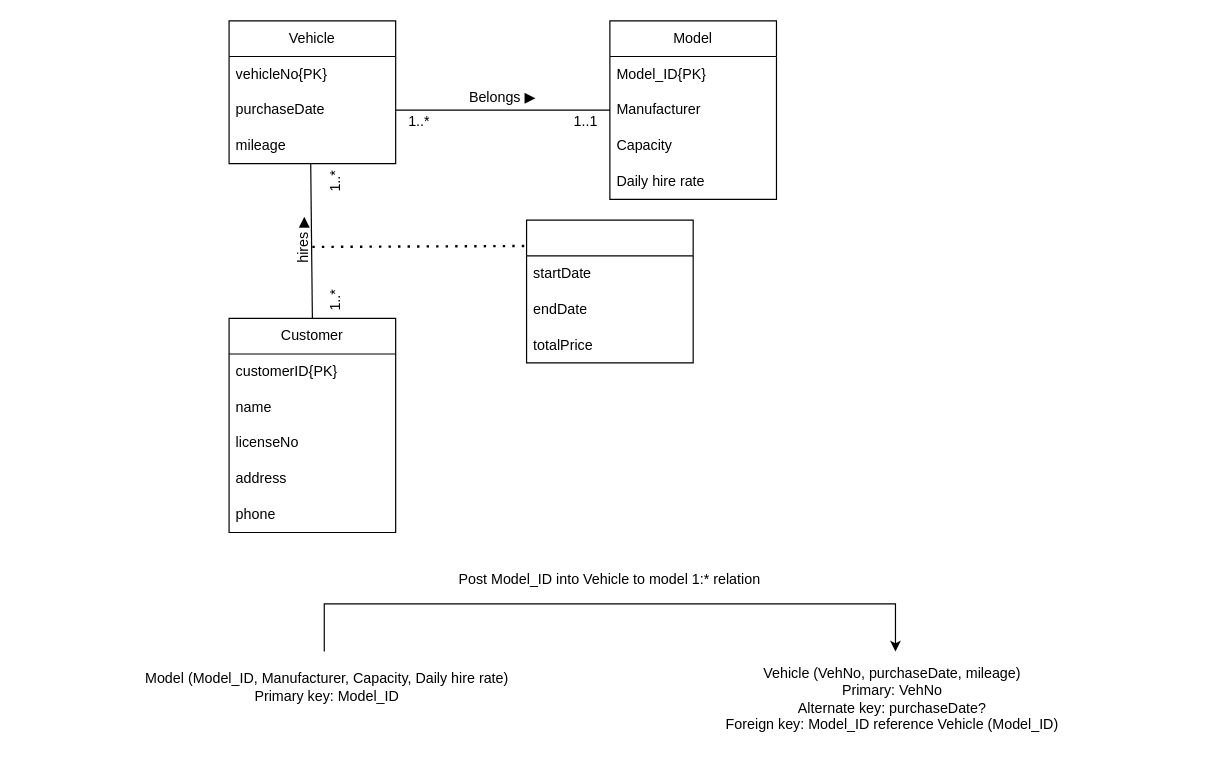
Above: DBMS_T02_3a.drawio in shadowngks/DBMS (draw.io), before the change. Source tidied: cells renumbered, new cells numbered last; positions are measured from the earlier drawing's top-left corner, leaving out a move shared by most shapes. Both pictures are drawn from the tidied source at 119%, with x=0, y=0 at pixel (20, 20).
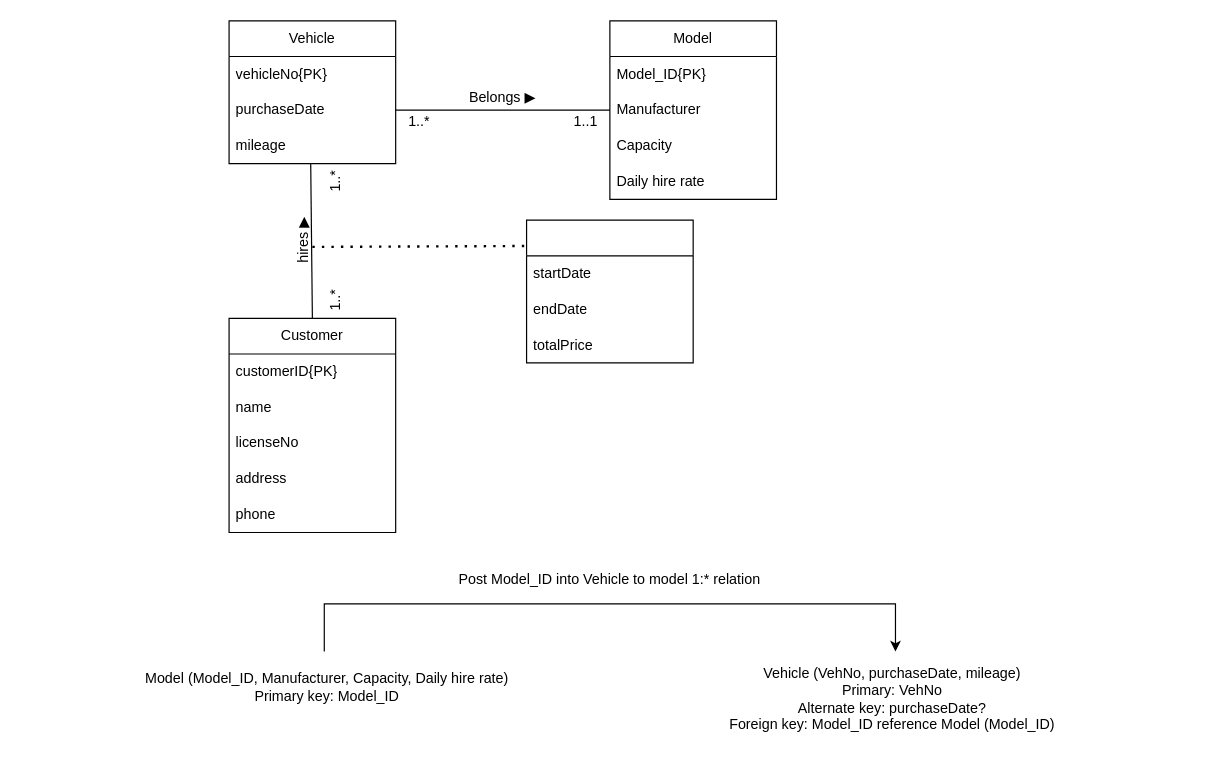
Above is the later version.

Change to the diagram source:
```diff
@@
-    <mxCell id="32" value="Vehicle (VehNo, purchaseDate, mileage)&lt;div&gt;Primary: VehNo&lt;/div&gt;&lt;div&gt;Alternate key: purchaseDate?&lt;/div&gt;&lt;div&gt;Foreign key: Model_ID reference Vehicle (Model_ID)&lt;/div&gt;" style="text;html=1;align=center;verticalAlign=middle;whiteSpace=wrap;rounded=0;" parent="1" vertex="1">
+    <mxCell id="32" value="Vehicle (VehNo, purchaseDate, mileage)&lt;div&gt;Primary: VehNo&lt;/div&gt;&lt;div&gt;Alternate key: purchaseDate?&lt;/div&gt;&lt;div&gt;Foreign key: Model_ID reference Model (Model_ID)&lt;/div&gt;" style="text;html=1;align=center;verticalAlign=middle;whiteSpace=wrap;rounded=0;" parent="1" vertex="1">
       <mxGeometry x="475" y="530" width="515" height="80" as="geometry" />
     </mxCell>
```
